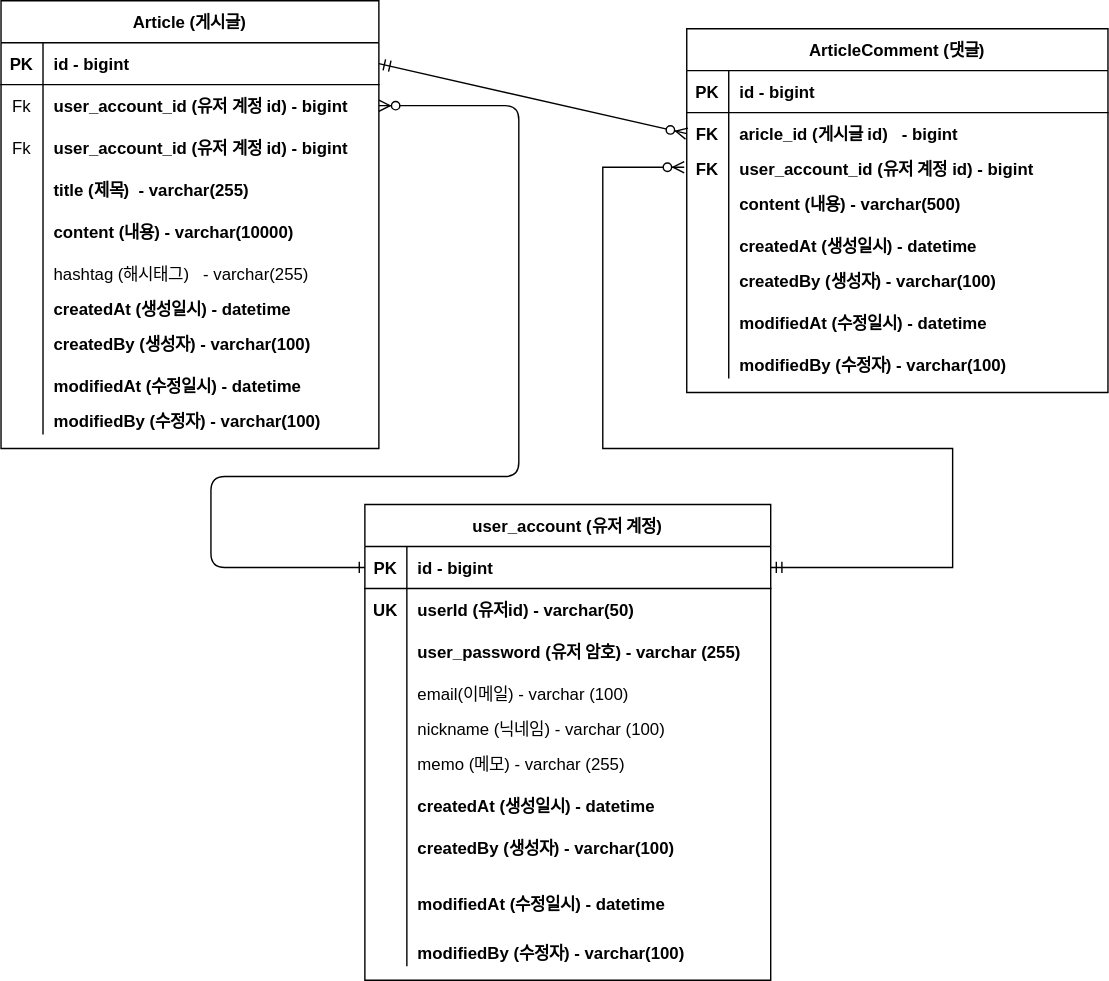
i5046821854/board keeps this draw.io diagram as document/board-erd.drawio.svg. Above is the earlier version. Source tidied: cells renumbered, new cells last; positions are measured from the earlier drawing's top-left corner, leaving out a move shared by most shapes.
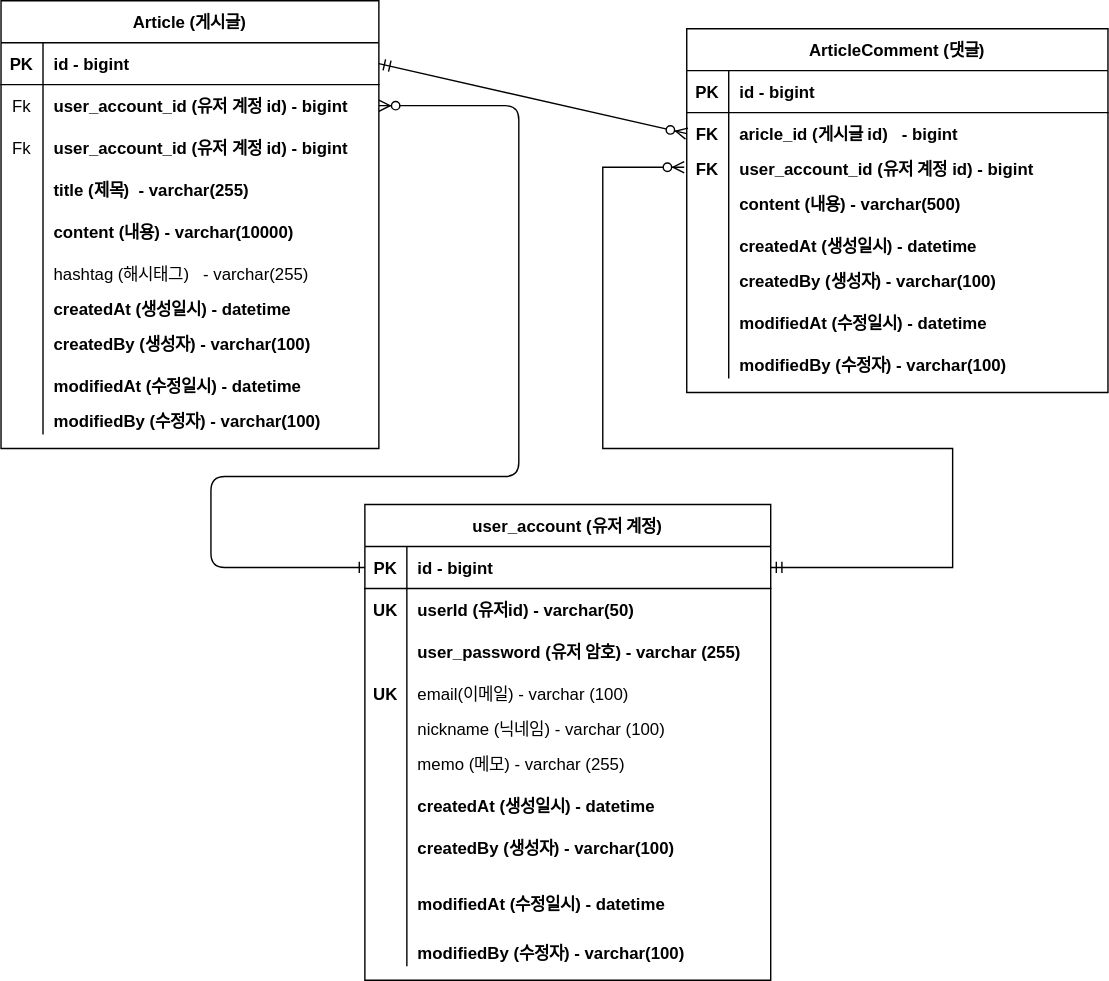
The same diagram one commit later.

Commit message:
#28 - userAccount의 이메일 필드 Unique Key 설정

Change to the diagram source:
```diff
@@ -216,7 +216,7 @@
     <mxCell id="70" style="shape=partialRectangle;fillColor=none;top=0;left=0;right=0;bottom=0;" parent="60" vertex="1">
       <mxGeometry y="120" width="290" height="30" as="geometry" />
     </mxCell>
-    <mxCell id="71" style="shape=partialRectangle;overflow=hidden;fillColor=none;top=0;left=0;bottom=0;right=0;" parent="70" vertex="1">
+    <mxCell id="71" value="UK" style="shape=partialRectangle;overflow=hidden;fillColor=none;top=0;left=0;bottom=0;right=0;fontStyle=1;" parent="70" vertex="1">
       <mxGeometry width="30" height="30" as="geometry" />
     </mxCell>
     <mxCell id="72" value="email(이메일) - varchar (100)" style="shape=partialRectangle;overflow=hidden;fillColor=none;top=0;left=0;bottom=0;right=0;align=left;spacingLeft=6;fontStyle=0;" parent="70" vertex="1">
```
